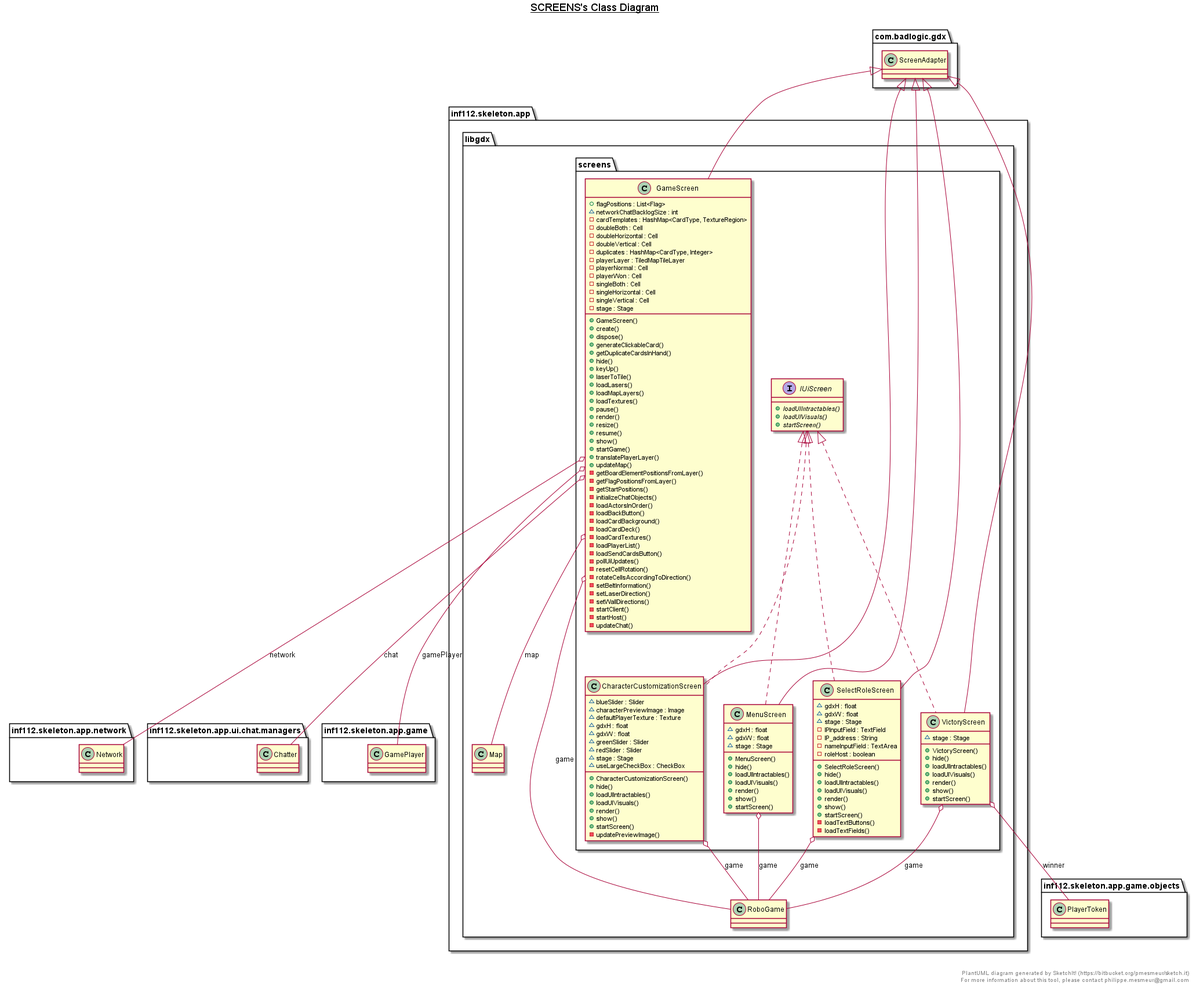
The PlantUML diagram Structure/Class diagrams/screens.png in inf112-v21/Snokarane, before a commit. Source of this version:
```plantuml
@startuml

title __SCREENS's Class Diagram__\n

  namespace inf112.skeleton.app {
    namespace libgdx {
      namespace screens {
        class inf112.skeleton.app.libgdx.screens.CharacterCustomizationScreen {
            ~ blueSlider : Slider
            ~ characterPreviewImage : Image
            ~ defaultPlayerTexture : Texture
            ~ gdxH : float
            ~ gdxW : float
            ~ greenSlider : Slider
            ~ redSlider : Slider
            ~ stage : Stage
            ~ useLargeCheckBox : CheckBox
            + CharacterCustomizationScreen()
            + hide()
            + loadUIIntractables()
            + loadUIVisuals()
            + render()
            + show()
            + startScreen()
            - updatePreviewImage()
        }
      }
    }
  }


  namespace inf112.skeleton.app {
    namespace libgdx {
      namespace screens {
        class inf112.skeleton.app.libgdx.screens.GameScreen {
            + flagPositions : List<Flag>
            ~ networkChatBacklogSize : int
            - cardTemplates : HashMap<CardType, TextureRegion>
            - doubleBoth : Cell
            - doubleHorizontal : Cell
            - doubleVertical : Cell
            - duplicates : HashMap<CardType, Integer>
            - playerLayer : TiledMapTileLayer
            - playerNormal : Cell
            - playerWon : Cell
            - singleBoth : Cell
            - singleHorizontal : Cell
            - singleVertical : Cell
            - stage : Stage
            + GameScreen()
            + create()
            + dispose()
            + generateClickableCard()
            + getDuplicateCardsInHand()
            + hide()
            + keyUp()
            + laserToTile()
            + loadLasers()
            + loadMapLayers()
            + loadTextures()
            + pause()
            + render()
            + resize()
            + resume()
            + show()
            + startGame()
            + translatePlayerLayer()
            + updateMap()
            - getBoardElementPositionsFromLayer()
            - getFlagPositionsFromLayer()
            - getStartPositions()
            - initializeChatObjects()
            - loadActorsInOrder()
            - loadBackButton()
            - loadCardBackground()
            - loadCardDeck()
            - loadCardTextures()
            - loadPlayerList()
            - loadSendCardsButton()
            - pollUiUpdates()
            - resetCellRotation()
            - rotateCellsAccordingToDirection()
            - setBeltInformation()
            - setLaserDirection()
            - setWallDirections()
            - startClient()
            - startHost()
            - updateChat()
        }
      }
    }
  }


  namespace inf112.skeleton.app {
    namespace libgdx {
      namespace screens {
        interface inf112.skeleton.app.libgdx.screens.IUiScreen {
            {abstract} + loadUIIntractables()
            {abstract} + loadUIVisuals()
            {abstract} + startScreen()
        }
      }
    }
  }


  namespace inf112.skeleton.app {
    namespace libgdx {
      namespace screens {
        class inf112.skeleton.app.libgdx.screens.MenuScreen {
            ~ gdxH : float
            ~ gdxW : float
            ~ stage : Stage
            + MenuScreen()
            + hide()
            + loadUIIntractables()
            + loadUIVisuals()
            + render()
            + show()
            + startScreen()
        }
      }
    }
  }


  namespace inf112.skeleton.app {
    namespace libgdx {
      namespace screens {
        class inf112.skeleton.app.libgdx.screens.SelectRoleScreen {
            ~ gdxH : float
            ~ gdxW : float
            ~ stage : Stage
            - IPInputField : TextField
            - IP_address : String
            - nameInputField : TextArea
            - roleHost : boolean
            + SelectRoleScreen()
            + hide()
            + loadUIIntractables()
            + loadUIVisuals()
            + render()
            + show()
            + startScreen()
            - loadTextButtons()
            - loadTextFields()
        }
      }
    }
  }


  namespace inf112.skeleton.app {
    namespace libgdx {
      namespace screens {
        class inf112.skeleton.app.libgdx.screens.VictoryScreen {
            ~ stage : Stage
            + VictoryScreen()
            + hide()
            + loadUIIntractables()
            + loadUIVisuals()
            + render()
            + show()
            + startScreen()
        }
      }
    }
  }


  inf112.skeleton.app.libgdx.screens.CharacterCustomizationScreen .up.|> inf112.skeleton.app.libgdx.screens.IUiScreen
  inf112.skeleton.app.libgdx.screens.CharacterCustomizationScreen -up-|> com.badlogic.gdx.ScreenAdapter
  inf112.skeleton.app.libgdx.screens.CharacterCustomizationScreen o-- inf112.skeleton.app.libgdx.RoboGame : game
  inf112.skeleton.app.libgdx.screens.GameScreen -up-|> com.badlogic.gdx.ScreenAdapter
  inf112.skeleton.app.libgdx.screens.GameScreen o-- inf112.skeleton.app.ui.chat.managers.Chatter : chat
  inf112.skeleton.app.libgdx.screens.GameScreen o-- inf112.skeleton.app.game.GamePlayer : gamePlayer
  inf112.skeleton.app.libgdx.screens.GameScreen o-- inf112.skeleton.app.libgdx.Map : map
  inf112.skeleton.app.libgdx.screens.GameScreen o-- inf112.skeleton.app.network.Network : network
  inf112.skeleton.app.libgdx.screens.GameScreen o-- inf112.skeleton.app.libgdx.RoboGame : game
  inf112.skeleton.app.libgdx.screens.MenuScreen .up.|> inf112.skeleton.app.libgdx.screens.IUiScreen
  inf112.skeleton.app.libgdx.screens.MenuScreen -up-|> com.badlogic.gdx.ScreenAdapter
  inf112.skeleton.app.libgdx.screens.MenuScreen o-- inf112.skeleton.app.libgdx.RoboGame : game
  inf112.skeleton.app.libgdx.screens.SelectRoleScreen .up.|> inf112.skeleton.app.libgdx.screens.IUiScreen
  inf112.skeleton.app.libgdx.screens.SelectRoleScreen -up-|> com.badlogic.gdx.ScreenAdapter
  inf112.skeleton.app.libgdx.screens.SelectRoleScreen o-- inf112.skeleton.app.libgdx.RoboGame : game
  inf112.skeleton.app.libgdx.screens.VictoryScreen .up.|> inf112.skeleton.app.libgdx.screens.IUiScreen
  inf112.skeleton.app.libgdx.screens.VictoryScreen -up-|> com.badlogic.gdx.ScreenAdapter
  inf112.skeleton.app.libgdx.screens.VictoryScreen o-- inf112.skeleton.app.game.objects.PlayerToken : winner
  inf112.skeleton.app.libgdx.screens.VictoryScreen o-- inf112.skeleton.app.libgdx.RoboGame : game


right footer


PlantUML diagram generated by SketchIt! (https://bitbucket.org/pmesmeur/sketch.it)
For more information about this tool, please contact philippe.mesmeur@gmail.com
endfooter

@enduml
```
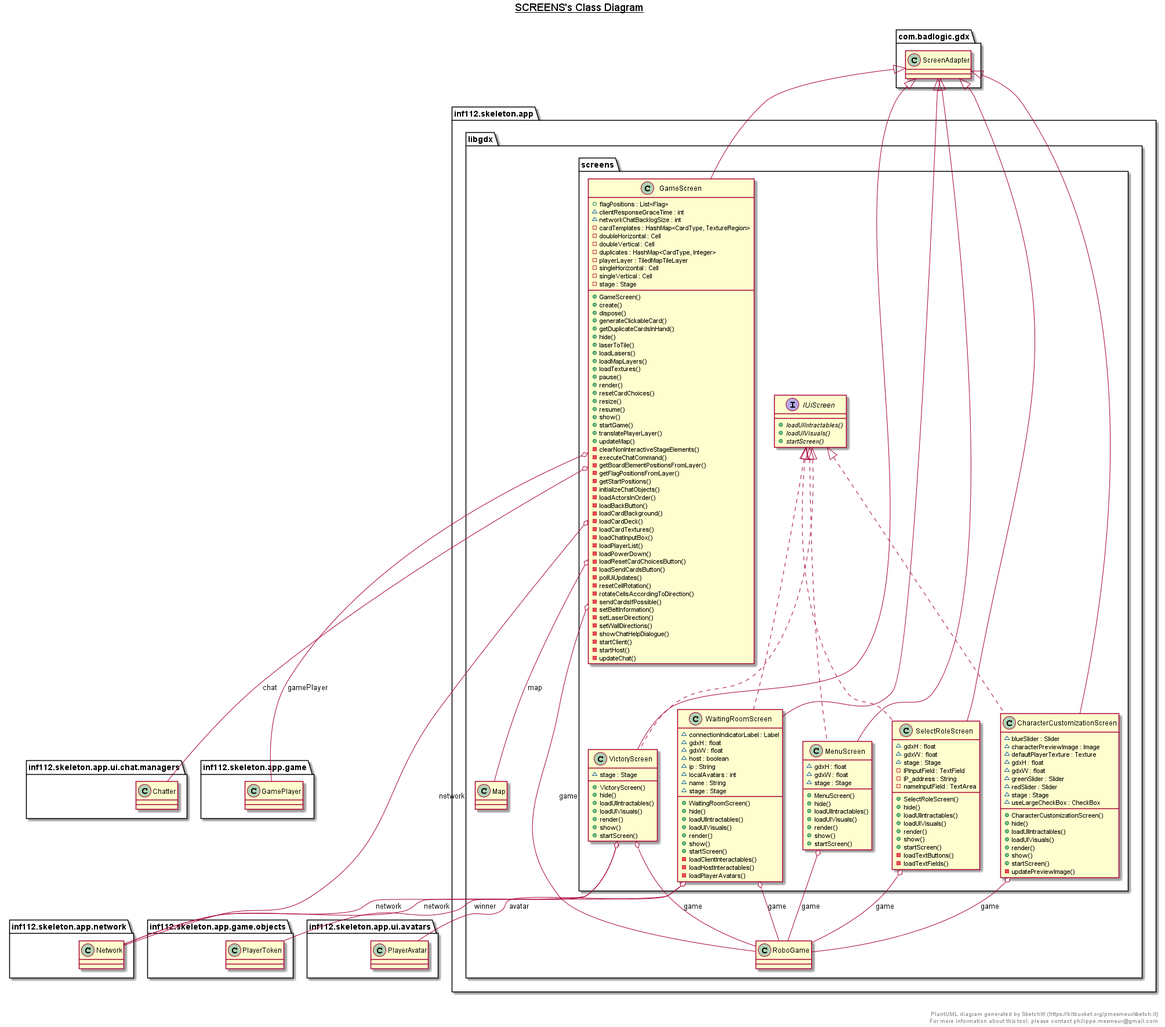
After the change.

Diff of the diagram source:
```diff
@@ -34,16 +34,13 @@
       namespace screens {
         class inf112.skeleton.app.libgdx.screens.GameScreen {
             + flagPositions : List<Flag>
+            ~ clientResponseGraceTime : int
             ~ networkChatBacklogSize : int
             - cardTemplates : HashMap<CardType, TextureRegion>
-            - doubleBoth : Cell
             - doubleHorizontal : Cell
             - doubleVertical : Cell
             - duplicates : HashMap<CardType, Integer>
             - playerLayer : TiledMapTileLayer
-            - playerNormal : Cell
-            - playerWon : Cell
-            - singleBoth : Cell
             - singleHorizontal : Cell
             - singleVertical : Cell
             - stage : Stage
@@ -53,19 +50,21 @@
             + generateClickableCard()
             + getDuplicateCardsInHand()
             + hide()
-            + keyUp()
             + laserToTile()
             + loadLasers()
             + loadMapLayers()
             + loadTextures()
             + pause()
             + render()
+            + resetCardChoices()
             + resize()
             + resume()
             + show()
             + startGame()
             + translatePlayerLayer()
             + updateMap()
+            - clearNonInteractiveStageElements()
+            - executeChatCommand()
             - getBoardElementPositionsFromLayer()
             - getFlagPositionsFromLayer()
             - getStartPositions()
@@ -75,14 +74,19 @@
             - loadCardBackground()
             - loadCardDeck()
             - loadCardTextures()
+            - loadChatInputBox()
             - loadPlayerList()
+            - loadPowerDown()
+            - loadResetCardChoicesButton()
             - loadSendCardsButton()
             - pollUiUpdates()
             - resetCellRotation()
             - rotateCellsAccordingToDirection()
+            - sendCardsIfPossible()
             - setBeltInformation()
             - setLaserDirection()
             - setWallDirections()
+            - showChatHelpDialogue()
             - startClient()
             - startHost()
             - updateChat()
@@ -135,7 +139,6 @@
             - IPInputField : TextField
             - IP_address : String
             - nameInputField : TextArea
-            - roleHost : boolean
             + SelectRoleScreen()
             + hide()
             + loadUIIntractables()
@@ -169,6 +172,34 @@
   }
 
 
+  namespace inf112.skeleton.app {
+    namespace libgdx {
+      namespace screens {
+        class inf112.skeleton.app.libgdx.screens.WaitingRoomScreen {
+            ~ connectionIndicatorLabel : Label
+            ~ gdxH : float
+            ~ gdxW : float
+            ~ host : boolean
+            ~ ip : String
+            ~ localAvatars : int
+            ~ name : String
+            ~ stage : Stage
+            + WaitingRoomScreen()
+            + hide()
+            + loadUIIntractables()
+            + loadUIVisuals()
+            + render()
+            + show()
+            + startScreen()
+            - loadClientInteractables()
+            - loadHostInteractables()
+            - loadPlayerAvatars()
+        }
+      }
+    }
+  }
+
+
   inf112.skeleton.app.libgdx.screens.CharacterCustomizationScreen .up.|> inf112.skeleton.app.libgdx.screens.IUiScreen
   inf112.skeleton.app.libgdx.screens.CharacterCustomizationScreen -up-|> com.badlogic.gdx.ScreenAdapter
   inf112.skeleton.app.libgdx.screens.CharacterCustomizationScreen o-- inf112.skeleton.app.libgdx.RoboGame : game
@@ -186,8 +217,14 @@
   inf112.skeleton.app.libgdx.screens.SelectRoleScreen o-- inf112.skeleton.app.libgdx.RoboGame : game
   inf112.skeleton.app.libgdx.screens.VictoryScreen .up.|> inf112.skeleton.app.libgdx.screens.IUiScreen
   inf112.skeleton.app.libgdx.screens.VictoryScreen -up-|> com.badlogic.gdx.ScreenAdapter
+  inf112.skeleton.app.libgdx.screens.VictoryScreen o-- inf112.skeleton.app.network.Network : network
   inf112.skeleton.app.libgdx.screens.VictoryScreen o-- inf112.skeleton.app.game.objects.PlayerToken : winner
   inf112.skeleton.app.libgdx.screens.VictoryScreen o-- inf112.skeleton.app.libgdx.RoboGame : game
+  inf112.skeleton.app.libgdx.screens.WaitingRoomScreen .up.|> inf112.skeleton.app.libgdx.screens.IUiScreen
+  inf112.skeleton.app.libgdx.screens.WaitingRoomScreen -up-|> com.badlogic.gdx.ScreenAdapter
+  inf112.skeleton.app.libgdx.screens.WaitingRoomScreen o-- inf112.skeleton.app.ui.avatars.PlayerAvatar : avatar
+  inf112.skeleton.app.libgdx.screens.WaitingRoomScreen o-- inf112.skeleton.app.network.Network : network
+  inf112.skeleton.app.libgdx.screens.WaitingRoomScreen o-- inf112.skeleton.app.libgdx.RoboGame : game
 
 
 right footer
```
